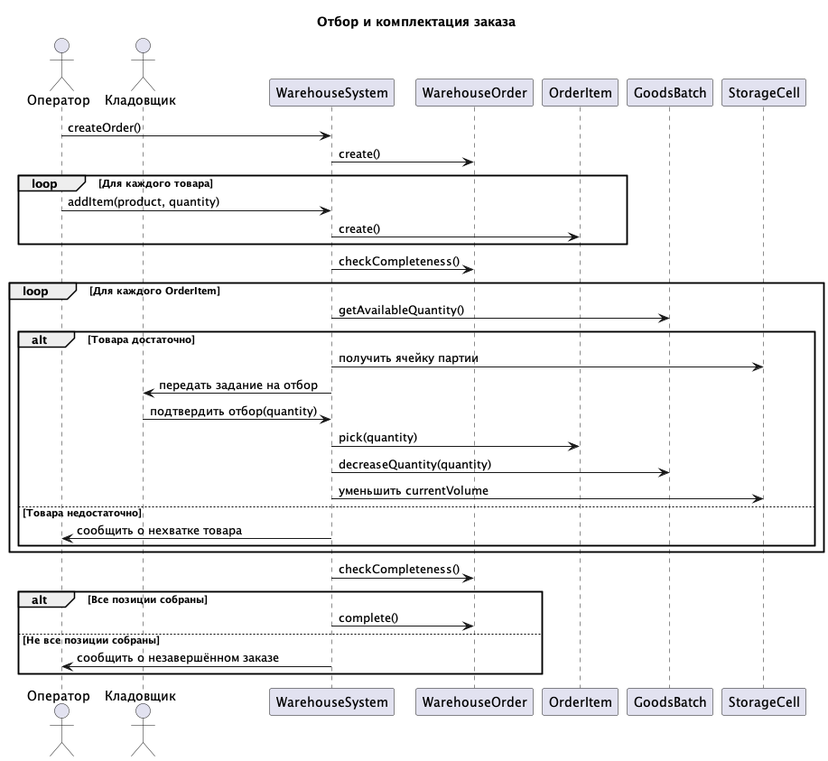
Above: img/Посл3.png in penamarth/bsbo-11-24_team1_var6_storage (PlantUML), before the change.
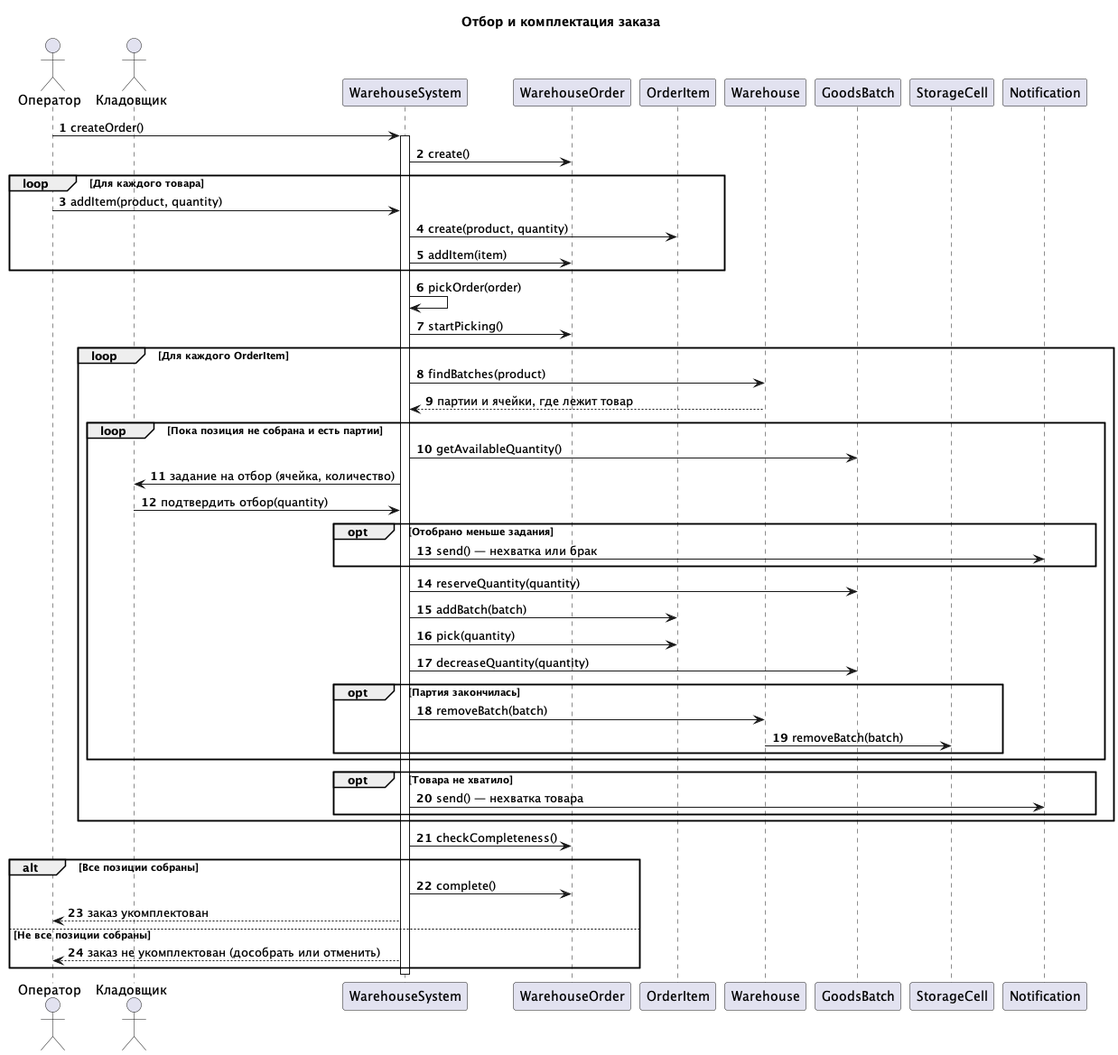
The same diagram one commit later.

Diff of the diagram source:
```diff
@@ -1,5 +1,7 @@
 @startuml
 title Отбор и комплектация заказа
+
+autonumber
 
 actor Оператор
 actor Кладовщик
@@ -7,33 +9,50 @@
 participant WarehouseSystem
 participant WarehouseOrder
 participant OrderItem
+participant Warehouse
 participant GoodsBatch
 participant StorageCell
+participant Notification
 
 Оператор -> WarehouseSystem: createOrder()
+activate WarehouseSystem
 WarehouseSystem -> WarehouseOrder: create()
 
 loop Для каждого товара
     Оператор -> WarehouseSystem: addItem(product, quantity)
-    WarehouseSystem -> OrderItem: create()
+    WarehouseSystem -> OrderItem: create(product, quantity)
+    WarehouseSystem -> WarehouseOrder: addItem(item)
 end
 
-WarehouseSystem -> WarehouseOrder: checkCompleteness()
+WarehouseSystem -> WarehouseSystem: pickOrder(order)
+WarehouseSystem -> WarehouseOrder: startPicking()
 
 loop Для каждого OrderItem
-    WarehouseSystem -> GoodsBatch: getAvailableQuantity()
+    WarehouseSystem -> Warehouse: findBatches(product)
+    Warehouse --> WarehouseSystem: партии и ячейки, где лежит товар
 
-    alt Товара достаточно
-        WarehouseSystem -> StorageCell: получить ячейку партии
-        WarehouseSystem -> Кладовщик: передать задание на отбор
-
+    loop Пока позиция не собрана и есть партии
+        WarehouseSystem -> GoodsBatch: getAvailableQuantity()
+        WarehouseSystem -> Кладовщик: задание на отбор (ячейка, количество)
         Кладовщик -> WarehouseSystem: подтвердить отбор(quantity)
 
+        opt Отобрано меньше задания
+            WarehouseSystem -> Notification: send() — нехватка или брак
+        end
+
+        WarehouseSystem -> GoodsBatch: reserveQuantity(quantity)
+        WarehouseSystem -> OrderItem: addBatch(batch)
         WarehouseSystem -> OrderItem: pick(quantity)
         WarehouseSystem -> GoodsBatch: decreaseQuantity(quantity)
-        WarehouseSystem -> StorageCell: уменьшить currentVolume
-    else Товара недостаточно
-        WarehouseSystem -> Оператор: сообщить о нехватке товара
+
+        opt Партия закончилась
+            WarehouseSystem -> Warehouse: removeBatch(batch)
+            Warehouse -> StorageCell: removeBatch(batch)
+        end
+    end
+
+    opt Товара не хватило
+        WarehouseSystem -> Notification: send() — нехватка товара
     end
 end
 
@@ -41,8 +60,11 @@
 
 alt Все позиции собраны
     WarehouseSystem -> WarehouseOrder: complete()
+    WarehouseSystem --> Оператор: заказ укомплектован
 else Не все позиции собраны
-    WarehouseSystem -> Оператор: сообщить о незавершённом заказе
+    WarehouseSystem --> Оператор: заказ не укомплектован (дособрать или отменить)
 end
 
+deactivate WarehouseSystem
+
 @enduml
```
